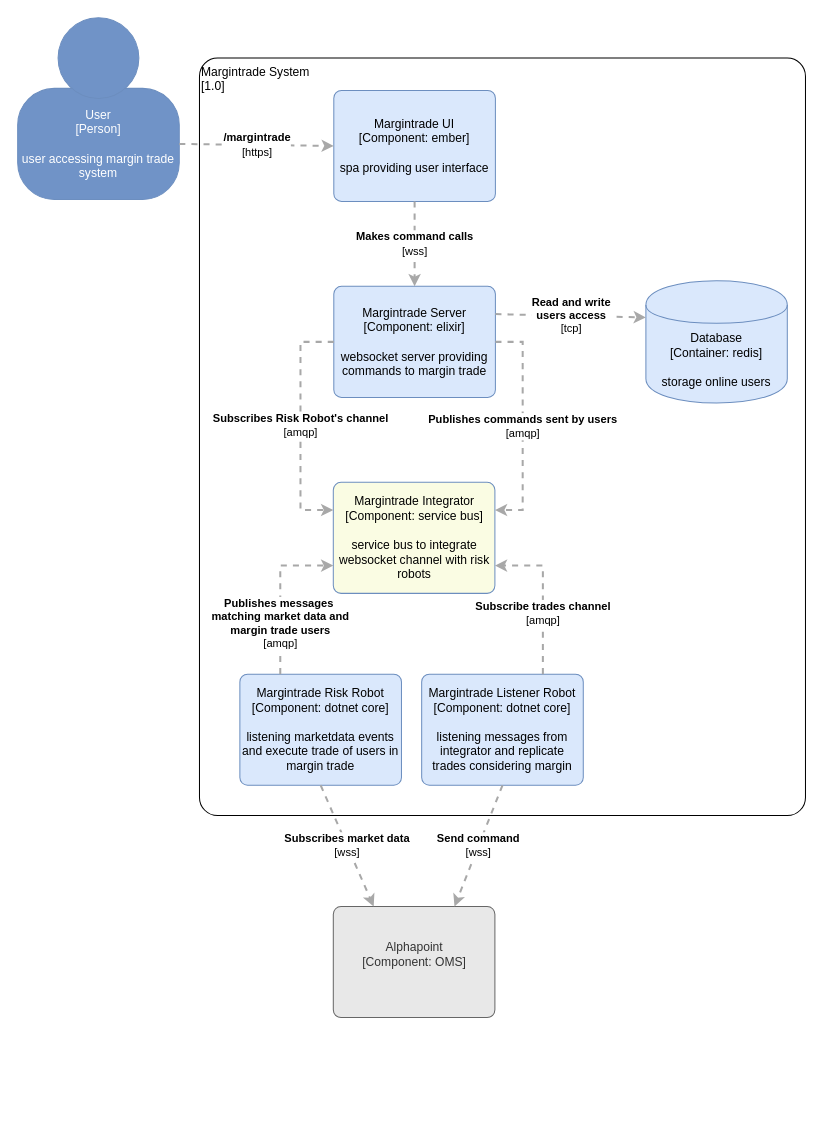
Above: Margintrade System.drawio in jonnovaretti/TudoBuffet (draw.io), before the change. Source tidied: cells renumbered, new cells numbered last; positions are measured from the earlier drawing's top-left corner, leaving out a move shared by most shapes. Both pictures are drawn from the tidied source at 101%, with x=0, y=0 at pixel (17, 17).
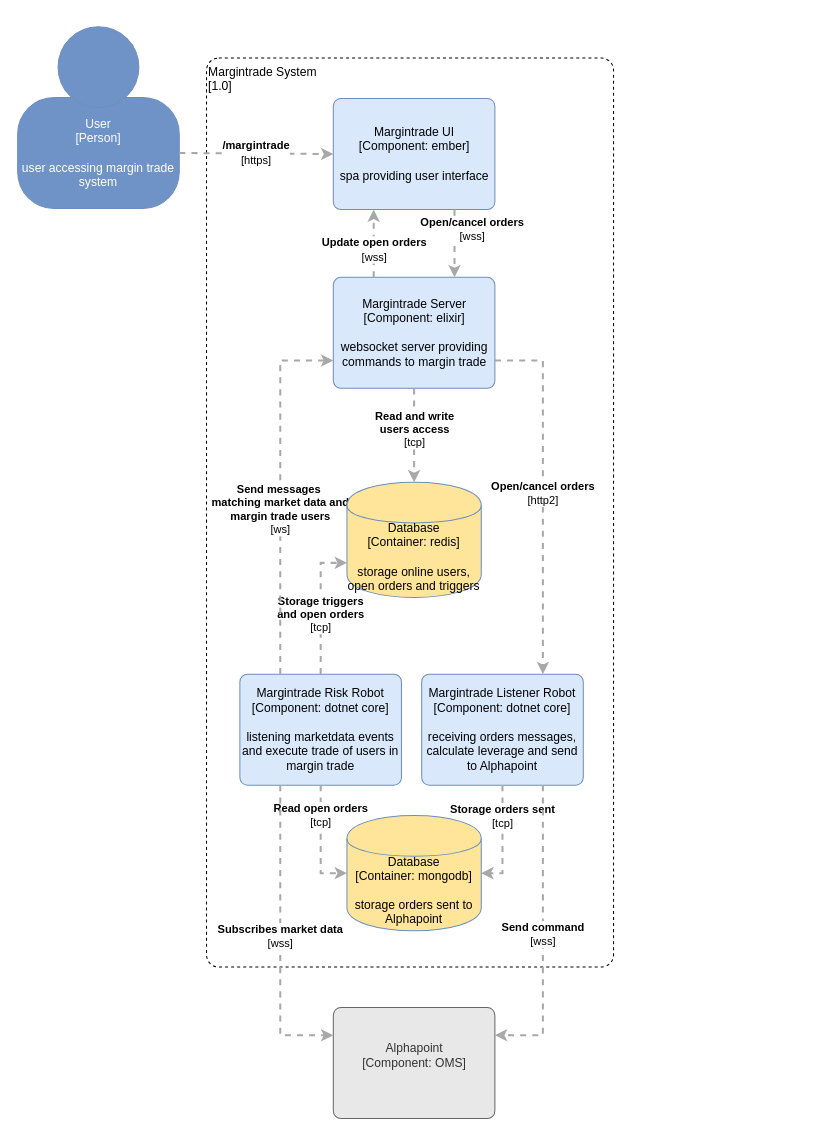
After the change.

Unchanged cells that the change refers to:
```xml
<mxCell id="10" value="&lt;span&gt;Margintrade Risk Robot&lt;/span&gt;&lt;div&gt;[Component:&amp;nbsp;&lt;span&gt;dotnet core&lt;/span&gt;&lt;span&gt;]&lt;/span&gt;&lt;/div&gt;&lt;div&gt;&lt;br&gt;&lt;/div&gt;&lt;div&gt;listening marketdata events and execute trade of users in margin trade&lt;/div&gt;" style="rounded=1;whiteSpace=wrap;html=1;labelBackgroundColor=none;fillColor=#dae8fc;fontColor=#000000;align=center;arcSize=7;strokeColor=#6c8ebf;" parent="1" vertex="1">
  <mxGeometry x="220" y="650" width="160" height="110" as="geometry" />
</mxCell>
```

What changed in the source:
```diff
@@
-    <mxCell id="2" value="&lt;div style=&quot;text-align: left&quot;&gt;Margintrade System&lt;/div&gt;&lt;div style=&quot;text-align: left&quot;&gt;[1.0]&lt;/div&gt;" style="rounded=1;whiteSpace=wrap;html=1;labelBackgroundColor=none;fillColor=#ffffff;fontColor=#000000;align=left;arcSize=3;strokeColor=#000000;verticalAlign=top;" parent="1" vertex="1">
-      <mxGeometry x="180" y="40" width="600" height="750" as="geometry" />
+    <mxCell id="2" value="&lt;div style=&quot;text-align: left&quot;&gt;Margintrade System&lt;/div&gt;&lt;div style=&quot;text-align: left&quot;&gt;[1.0]&lt;/div&gt;" style="rounded=1;whiteSpace=wrap;html=1;labelBackgroundColor=none;fillColor=#ffffff;fontColor=#000000;align=left;arcSize=3;strokeColor=#000000;verticalAlign=top;dashed=1;" parent="1" vertex="1">
+      <mxGeometry x="187" y="40" width="403" height="900" as="geometry" />
     </mxCell>
     <mxCell id="3" style="group;rounded=0;labelBackgroundColor=none;fillColor=none;fontColor=#59759E;align=center;html=1;" parent="1" vertex="1">
-      <mxGeometry width="160" height="180" as="geometry" />
+      <mxGeometry y="9" width="160" height="180" as="geometry" />
     </mxCell>
@@
     <mxCell id="6" value="&lt;span&gt;Margintrade Server&lt;/span&gt;&lt;div&gt;[Component:&amp;nbsp;&lt;span&gt;elixir&lt;/span&gt;&lt;span&gt;]&lt;/span&gt;&lt;/div&gt;&lt;div&gt;&lt;br&gt;&lt;/div&gt;&lt;div&gt;websocket server providing commands to margin trade&lt;/div&gt;" style="rounded=1;whiteSpace=wrap;html=1;labelBackgroundColor=none;fillColor=#dae8fc;fontColor=#000000;align=center;arcSize=7;strokeColor=#6c8ebf;" parent="1" vertex="1">
-      <mxGeometry x="313" y="266" width="160" height="110" as="geometry" />
+      <mxGeometry x="312.5" y="257" width="160" height="110" as="geometry" />
     </mxCell>
     <mxCell id="7" value="&lt;span&gt;Margintrade UI&lt;/span&gt;&lt;div&gt;[Component:&amp;nbsp;&lt;span&gt;ember&lt;/span&gt;&lt;span&gt;]&lt;/span&gt;&lt;/div&gt;&lt;div&gt;&lt;br&gt;&lt;/div&gt;&lt;div&gt;spa providing user interface&lt;/div&gt;" style="rounded=1;whiteSpace=wrap;html=1;labelBackgroundColor=none;fillColor=#dae8fc;fontColor=#000000;align=center;arcSize=7;strokeColor=#6c8ebf;" parent="1" vertex="1">
-      <mxGeometry x="313" y="72" width="160" height="110" as="geometry" />
+      <mxGeometry x="312.5" y="80" width="160" height="110" as="geometry" />
     </mxCell>
-    <mxCell id="8" value="&lt;span&gt;Margintrade Integrator&lt;/span&gt;&lt;div&gt;[Component:&amp;nbsp;&lt;span&gt;service bus&lt;/span&gt;&lt;span&gt;]&lt;/span&gt;&lt;/div&gt;&lt;div&gt;&lt;br&gt;&lt;/div&gt;&lt;div&gt;service bus to integrate websocket channel with risk robots&lt;/div&gt;" style="rounded=1;whiteSpace=wrap;html=1;labelBackgroundColor=none;fillColor=#FAFCE3;fontColor=#000000;align=center;arcSize=7;strokeColor=#6c8ebf;" parent="1" vertex="1">
-      <mxGeometry x="312.5" y="460" width="160" height="110" as="geometry" />
-    </mxCell>
-    <mxCell id="9" value="&lt;span&gt;Margintrade Listener Robot&lt;/span&gt;&lt;div&gt;[Component:&amp;nbsp;&lt;span&gt;dotnet core&lt;/span&gt;&lt;span&gt;]&lt;/span&gt;&lt;/div&gt;&lt;div&gt;&lt;br&gt;&lt;/div&gt;&lt;div&gt;listening messages from integrator and replicate trades considering margin&lt;/div&gt;" style="rounded=1;whiteSpace=wrap;html=1;labelBackgroundColor=none;fillColor=#dae8fc;fontColor=#000000;align=center;arcSize=7;strokeColor=#6c8ebf;" parent="1" vertex="1">
+    <mxCell id="9" value="&lt;span&gt;Margintrade Listener Robot&lt;/span&gt;&lt;div&gt;[Component:&amp;nbsp;&lt;span&gt;dotnet core&lt;/span&gt;&lt;span&gt;]&lt;/span&gt;&lt;/div&gt;&lt;div&gt;&lt;br&gt;&lt;/div&gt;&lt;div&gt;receiving orders messages, calculate leverage and send to Alphapoint&lt;/div&gt;" style="rounded=1;whiteSpace=wrap;html=1;labelBackgroundColor=none;fillColor=#dae8fc;fontColor=#000000;align=center;arcSize=7;strokeColor=#6c8ebf;" parent="1" vertex="1">
       <mxGeometry x="400" y="650" width="160" height="110" as="geometry" />
     </mxCell>
@@
     <mxCell id="11" value="&lt;span&gt;Alphapoint&lt;/span&gt;&lt;div&gt;[Component:&amp;nbsp;&lt;span&gt;OMS&lt;/span&gt;&lt;span&gt;]&lt;/span&gt;&lt;/div&gt;&lt;div&gt;&lt;br&gt;&lt;/div&gt;&lt;div&gt;&lt;/div&gt;" style="rounded=1;whiteSpace=wrap;html=1;labelBackgroundColor=none;fillColor=#E8E8E8;fontColor=#333333;align=center;arcSize=7;strokeColor=#666666;" parent="1" vertex="1">
-      <mxGeometry x="312.5" y="880" width="160" height="110" as="geometry" />
+      <mxGeometry x="312.5" y="980" width="160" height="110" as="geometry" />
     </mxCell>
@@
-    <mxCell id="13" value="&lt;div style=&quot;text-align: left&quot;&gt;&lt;div style=&quot;text-align: center&quot;&gt;&lt;b&gt;Makes command calls&lt;/b&gt;&lt;/div&gt;&lt;div style=&quot;text-align: center&quot;&gt;[wss]&lt;/div&gt;&lt;/div&gt;" style="edgeStyle=none;rounded=0;html=1;entryX=0.5;entryY=0;jettySize=auto;strokeColor=#A8A8A8;strokeWidth=2;fontColor=#000000;jumpStyle=none;dashed=1;exitX=0.5;exitY=1;exitDx=0;exitDy=0;entryDx=0;entryDy=0;" parent="1" edge="1" source="7" target="6">
-      <mxGeometry relative="1" as="geometry" />
-    </mxCell>
-    <mxCell id="14" value="&lt;div style=&quot;text-align: left&quot;&gt;&lt;div style=&quot;text-align: center&quot;&gt;&lt;b&gt;Publishes commands sent by users&lt;/b&gt;&lt;/div&gt;&lt;div style=&quot;text-align: center&quot;&gt;[amqp]&lt;/div&gt;&lt;/div&gt;" style="edgeStyle=orthogonalEdgeStyle;rounded=0;html=1;entryX=1;entryY=0.25;jettySize=auto;strokeColor=#A8A8A8;strokeWidth=2;fontColor=#000000;jumpStyle=none;dashed=1;exitX=1;exitY=0.5;exitDx=0;exitDy=0;entryDx=0;entryDy=0;" parent="1" edge="1" source="6" target="8">
-      <mxGeometry relative="1" as="geometry">
-        <Array as="points">
-          <mxPoint x="500" y="321" />
-          <mxPoint x="500" y="488" />
-        </Array>
-      </mxGeometry>
-    </mxCell>
-    <mxCell id="15" value="&lt;div style=&quot;text-align: left&quot;&gt;&lt;div style=&quot;text-align: center&quot;&gt;&lt;b&gt;Subscribe trades channel&lt;/b&gt;&lt;/div&gt;&lt;div style=&quot;text-align: center&quot;&gt;[amqp]&lt;/div&gt;&lt;/div&gt;" style="edgeStyle=orthogonalEdgeStyle;rounded=0;html=1;entryX=1;entryY=0.75;jettySize=auto;strokeColor=#A8A8A8;strokeWidth=2;fontColor=#000000;jumpStyle=none;dashed=1;exitX=0.75;exitY=0;exitDx=0;exitDy=0;entryDx=0;entryDy=0;" parent="1" edge="1" source="9" target="8">
-      <mxGeometry x="-0.22" relative="1" as="geometry" />
-    </mxCell>
+    <mxCell id="21" value="&lt;div style=&quot;text-align: left&quot;&gt;&lt;div style=&quot;text-align: center&quot;&gt;&lt;b&gt;Read and write &lt;br&gt;users access&lt;/b&gt;&lt;/div&gt;&lt;div style=&quot;text-align: center&quot;&gt;[tcp]&lt;/div&gt;&lt;/div&gt;" style="edgeStyle=none;rounded=0;html=1;entryX=0.5;entryY=0;jettySize=auto;strokeColor=#A8A8A8;strokeWidth=2;fontColor=#000000;jumpStyle=none;dashed=1;exitX=0.5;exitY=1;exitDx=0;exitDy=0;entryDx=0;entryDy=0;" parent="1" edge="1" source="6" target="20">
+      <mxGeometry x="-0.11" relative="1" as="geometry" />
+    </mxCell>
+    <mxCell id="22" value="&lt;div style=&quot;text-align: left&quot;&gt;&lt;div style=&quot;text-align: center&quot;&gt;&lt;b&gt;Open/cancel orders&lt;/b&gt;&lt;/div&gt;&lt;div style=&quot;text-align: center&quot;&gt;[http2]&lt;/div&gt;&lt;/div&gt;" style="edgeStyle=orthogonalEdgeStyle;rounded=0;html=1;entryX=0.75;entryY=0;jettySize=auto;strokeColor=#A8A8A8;strokeWidth=2;fontColor=#000000;jumpStyle=none;dashed=1;exitX=1;exitY=0.75;exitDx=0;exitDy=0;entryDx=0;entryDy=0;" parent="1" edge="1" source="6" target="9">
+      <mxGeometry relative="1" as="geometry" />
+    </mxCell>
+    <mxCell id="23" value="&lt;div style=&quot;text-align: left&quot;&gt;&lt;div style=&quot;text-align: center&quot;&gt;&lt;b&gt;Storage orders sent&lt;/b&gt;&lt;/div&gt;&lt;div style=&quot;text-align: center&quot;&gt;[tcp]&lt;/div&gt;&lt;/div&gt;" style="edgeStyle=orthogonalEdgeStyle;rounded=0;html=1;entryX=1;entryY=0.5;jettySize=auto;strokeColor=#A8A8A8;strokeWidth=2;fontColor=#000000;jumpStyle=none;dashed=1;exitX=0.5;exitY=1;exitDx=0;exitDy=0;entryDx=0;entryDy=0;" parent="1" edge="1" source="9" target="25">
+      <mxGeometry x="-0.43" relative="1" as="geometry" />
+    </mxCell>
+    <mxCell id="24" value="&lt;div style=&quot;text-align: left&quot;&gt;&lt;div style=&quot;text-align: center&quot;&gt;&lt;b&gt;Read open orders&lt;/b&gt;&lt;/div&gt;&lt;div style=&quot;text-align: center&quot;&gt;[tcp]&lt;/div&gt;&lt;/div&gt;" style="edgeStyle=orthogonalEdgeStyle;rounded=0;html=1;entryX=0;entryY=0.5;jettySize=auto;strokeColor=#A8A8A8;strokeWidth=2;fontColor=#000000;jumpStyle=none;dashed=1;exitX=0.5;exitY=1;exitDx=0;exitDy=0;entryDx=0;entryDy=0;" parent="1" edge="1" source="10" target="25">
+      <mxGeometry x="-0.47" relative="1" as="geometry" />
+    </mxCell>
+    <mxCell id="25" value="&lt;span&gt;Database&lt;/span&gt;&lt;div&gt;[Container:&amp;nbsp;mongodb]&lt;/div&gt;&lt;div&gt;&lt;br&gt;&lt;/div&gt;&lt;div&gt;storage orders sent to Alphapoint&lt;/div&gt;" style="shape=cylinder;whiteSpace=wrap;html=1;boundedLbl=1;rounded=0;labelBackgroundColor=none;fillColor=#FFE599;fontSize=12;fontColor=#000000;align=center;strokeColor=#6c8ebf;" parent="1" vertex="1">
+      <mxGeometry x="326" y="790" width="133" height="114" as="geometry" />
+    </mxCell>
-    <mxCell id="16" value="&lt;div style=&quot;text-align: left&quot;&gt;&lt;div style=&quot;text-align: center&quot;&gt;&lt;b&gt;Send command&lt;/b&gt;&lt;/div&gt;&lt;div style=&quot;text-align: center&quot;&gt;[wss]&lt;/div&gt;&lt;/div&gt;" style="edgeStyle=none;rounded=0;html=1;entryX=0.75;entryY=0;jettySize=auto;strokeColor=#A8A8A8;strokeWidth=2;fontColor=#000000;jumpStyle=none;dashed=1;exitX=0.5;exitY=1;exitDx=0;exitDy=0;entryDx=0;entryDy=0;" parent="1" edge="1" source="9" target="11">
+    <mxCell id="16" value="&lt;div style=&quot;text-align: left&quot;&gt;&lt;div style=&quot;text-align: center&quot;&gt;&lt;b&gt;Send command&lt;/b&gt;&lt;/div&gt;&lt;div style=&quot;text-align: center&quot;&gt;[wss]&lt;/div&gt;&lt;/div&gt;" style="edgeStyle=orthogonalEdgeStyle;rounded=0;html=1;entryX=1;entryY=0.25;jettySize=auto;strokeColor=#A8A8A8;strokeWidth=2;fontColor=#000000;jumpStyle=none;dashed=1;exitX=0.75;exitY=1;exitDx=0;exitDy=0;entryDx=0;entryDy=0;" parent="1" edge="1" source="9" target="11">
       <mxGeometry relative="1" as="geometry" />
     </mxCell>
-    <mxCell id="17" value="&lt;div style=&quot;text-align: left&quot;&gt;&lt;div style=&quot;text-align: center&quot;&gt;&lt;b&gt;Subscribes market data&lt;/b&gt;&lt;/div&gt;&lt;div style=&quot;text-align: center&quot;&gt;[wss]&lt;/div&gt;&lt;/div&gt;" style="edgeStyle=none;rounded=0;html=1;entryX=0.25;entryY=0;jettySize=auto;strokeColor=#A8A8A8;strokeWidth=2;fontColor=#000000;jumpStyle=none;dashed=1;exitX=0.5;exitY=1;exitDx=0;exitDy=0;entryDx=0;entryDy=0;" parent="1" edge="1" source="10" target="11">
+    <mxCell id="17" value="&lt;div style=&quot;text-align: left&quot;&gt;&lt;div style=&quot;text-align: center&quot;&gt;&lt;b&gt;Subscribes market data&lt;/b&gt;&lt;/div&gt;&lt;div style=&quot;text-align: center&quot;&gt;[wss]&lt;/div&gt;&lt;/div&gt;" style="edgeStyle=orthogonalEdgeStyle;rounded=0;html=1;entryX=0;entryY=0.25;jettySize=auto;strokeColor=#A8A8A8;strokeWidth=2;fontColor=#000000;jumpStyle=none;dashed=1;exitX=0.25;exitY=1;exitDx=0;exitDy=0;entryDx=0;entryDy=0;" parent="1" edge="1" source="10" target="11">
       <mxGeometry relative="1" as="geometry" />
     </mxCell>
+    <mxCell id="26" value="&lt;div style=&quot;text-align: left&quot;&gt;&lt;div style=&quot;text-align: center&quot;&gt;&lt;b&gt;Storage triggers&lt;br&gt;and open orders&lt;/b&gt;&lt;/div&gt;&lt;div style=&quot;text-align: center&quot;&gt;[tcp]&lt;/div&gt;&lt;/div&gt;" style="edgeStyle=orthogonalEdgeStyle;rounded=0;html=1;entryX=0;entryY=0.7;jettySize=auto;strokeColor=#A8A8A8;strokeWidth=2;fontColor=#000000;jumpStyle=none;dashed=1;exitX=0.5;exitY=0;exitDx=0;exitDy=0;entryDx=0;entryDy=0;" parent="1" edge="1" source="10" target="20">
+      <mxGeometry x="-0.13" relative="1" as="geometry" />
+    </mxCell>
-    <mxCell id="18" value="&lt;div style=&quot;text-align: left&quot;&gt;&lt;div style=&quot;text-align: center&quot;&gt;&lt;b&gt;Publishes messages&amp;nbsp;&lt;br&gt;matching market data and &lt;br&gt;margin trade users&lt;/b&gt;&lt;/div&gt;&lt;div style=&quot;text-align: center&quot;&gt;[amqp]&lt;/div&gt;&lt;/div&gt;" style="edgeStyle=orthogonalEdgeStyle;rounded=0;html=1;entryX=0;entryY=0.75;jettySize=auto;strokeColor=#A8A8A8;strokeWidth=2;fontColor=#000000;jumpStyle=none;dashed=1;exitX=0.25;exitY=0;exitDx=0;exitDy=0;entryDx=0;entryDy=0;" parent="1" edge="1" source="10" target="8">
-      <mxGeometry x="-0.38" relative="1" as="geometry" />
+    <mxCell id="18" value="&lt;div style=&quot;text-align: left&quot;&gt;&lt;div style=&quot;text-align: center&quot;&gt;&lt;b&gt;Send messages&amp;nbsp;&lt;br&gt;matching market data and &lt;br&gt;margin trade users&lt;/b&gt;&lt;/div&gt;&lt;div style=&quot;text-align: center&quot;&gt;[ws]&lt;/div&gt;&lt;/div&gt;" style="rounded=0;html=1;entryX=0;entryY=0.75;jettySize=auto;strokeColor=#A8A8A8;strokeWidth=2;fontColor=#000000;jumpStyle=none;dashed=1;entryDx=0;entryDy=0;edgeStyle=orthogonalEdgeStyle;" parent="1" edge="1" target="6">
+      <mxGeometry x="-0.1" relative="1" as="geometry">
+        <mxPoint x="260" y="650" as="sourcePoint" />
+        <Array as="points">
+          <mxPoint x="260" y="340" />
+        </Array>
+      </mxGeometry>
     </mxCell>
-    <mxCell id="19" value="&lt;div style=&quot;text-align: left&quot;&gt;&lt;div style=&quot;text-align: center&quot;&gt;&lt;b&gt;Subscribes Risk Robot's channel&lt;/b&gt;&lt;/div&gt;&lt;div style=&quot;text-align: center&quot;&gt;[amqp]&lt;/div&gt;&lt;/div&gt;" style="edgeStyle=orthogonalEdgeStyle;rounded=0;html=1;entryX=0;entryY=0.25;jettySize=auto;strokeColor=#A8A8A8;strokeWidth=2;fontColor=#000000;jumpStyle=none;dashed=1;exitX=0;exitY=0.5;exitDx=0;exitDy=0;entryDx=0;entryDy=0;" parent="1" edge="1" source="6" target="8">
-      <mxGeometry relative="1" as="geometry">
-        <Array as="points">
-          <mxPoint x="280" y="321" />
-          <mxPoint x="280" y="488" />
-        </Array>
-      </mxGeometry>
-    </mxCell>
-    <mxCell id="20" value="&lt;span&gt;Database&lt;/span&gt;&lt;div&gt;[Container:&amp;nbsp;redis]&lt;/div&gt;&lt;div&gt;&lt;br&gt;&lt;/div&gt;&lt;div&gt;storage online users&lt;/div&gt;" style="shape=cylinder;whiteSpace=wrap;html=1;boundedLbl=1;rounded=0;labelBackgroundColor=none;fillColor=#dae8fc;fontSize=12;fontColor=#000000;align=center;strokeColor=#6c8ebf;" parent="1" vertex="1">
-      <mxGeometry x="622" y="260.5" width="140" height="121" as="geometry" />
+    <mxCell id="20" value="&lt;span&gt;Database&lt;/span&gt;&lt;div&gt;[Container:&amp;nbsp;redis]&lt;/div&gt;&lt;div&gt;&lt;br&gt;&lt;/div&gt;&lt;div&gt;storage online users, open orders and triggers&lt;/div&gt;" style="shape=cylinder;whiteSpace=wrap;html=1;boundedLbl=1;rounded=0;labelBackgroundColor=none;fillColor=#FFE599;fontSize=12;fontColor=#000000;align=center;strokeColor=#6c8ebf;" parent="1" vertex="1">
+      <mxGeometry x="326" y="460" width="133" height="114" as="geometry" />
     </mxCell>
-    <mxCell id="21" value="&lt;div style=&quot;text-align: left&quot;&gt;&lt;div style=&quot;text-align: center&quot;&gt;&lt;b&gt;Read and write &lt;br&gt;users access&lt;/b&gt;&lt;/div&gt;&lt;div style=&quot;text-align: center&quot;&gt;[tcp]&lt;/div&gt;&lt;/div&gt;" style="edgeStyle=none;rounded=0;html=1;entryX=0;entryY=0.3;jettySize=auto;strokeColor=#A8A8A8;strokeWidth=2;fontColor=#000000;jumpStyle=none;dashed=1;exitX=1;exitY=0.25;exitDx=0;exitDy=0;entryDx=0;entryDy=0;" parent="1" edge="1" source="6" target="20">
-      <mxGeometry relative="1" as="geometry" />
-    </mxCell>
+    <mxCell id="13" value="&lt;div style=&quot;text-align: left&quot;&gt;&lt;div style=&quot;text-align: center&quot;&gt;&lt;b&gt;Open/cancel orders&lt;/b&gt;&lt;/div&gt;&lt;div style=&quot;text-align: center&quot;&gt;[wss]&lt;/div&gt;&lt;/div&gt;" style="edgeStyle=none;rounded=0;html=1;entryX=0.75;entryY=0;jettySize=auto;strokeColor=#A8A8A8;strokeWidth=2;fontColor=#000000;jumpStyle=none;dashed=1;exitX=0.75;exitY=1;exitDx=0;exitDy=0;entryDx=0;entryDy=0;" parent="1" edge="1" source="7" target="6">
+      <mxGeometry x="-0.4" y="17" relative="1" as="geometry" />
+    </mxCell>
+    <mxCell id="27" value="&lt;div style=&quot;text-align: left&quot;&gt;&lt;div style=&quot;text-align: center&quot;&gt;&lt;b&gt;Update open orders&lt;/b&gt;&lt;/div&gt;&lt;div style=&quot;text-align: center&quot;&gt;[wss]&lt;/div&gt;&lt;/div&gt;" style="edgeStyle=none;rounded=0;html=1;entryX=0.25;entryY=1;jettySize=auto;strokeColor=#A8A8A8;strokeWidth=2;fontColor=#000000;jumpStyle=none;dashed=1;exitX=0.25;exitY=0;exitDx=0;exitDy=0;entryDx=0;entryDy=0;" parent="1" edge="1" source="6" target="7">
+      <mxGeometry x="-0.19" relative="1" as="geometry" />
+    </mxCell>
```
